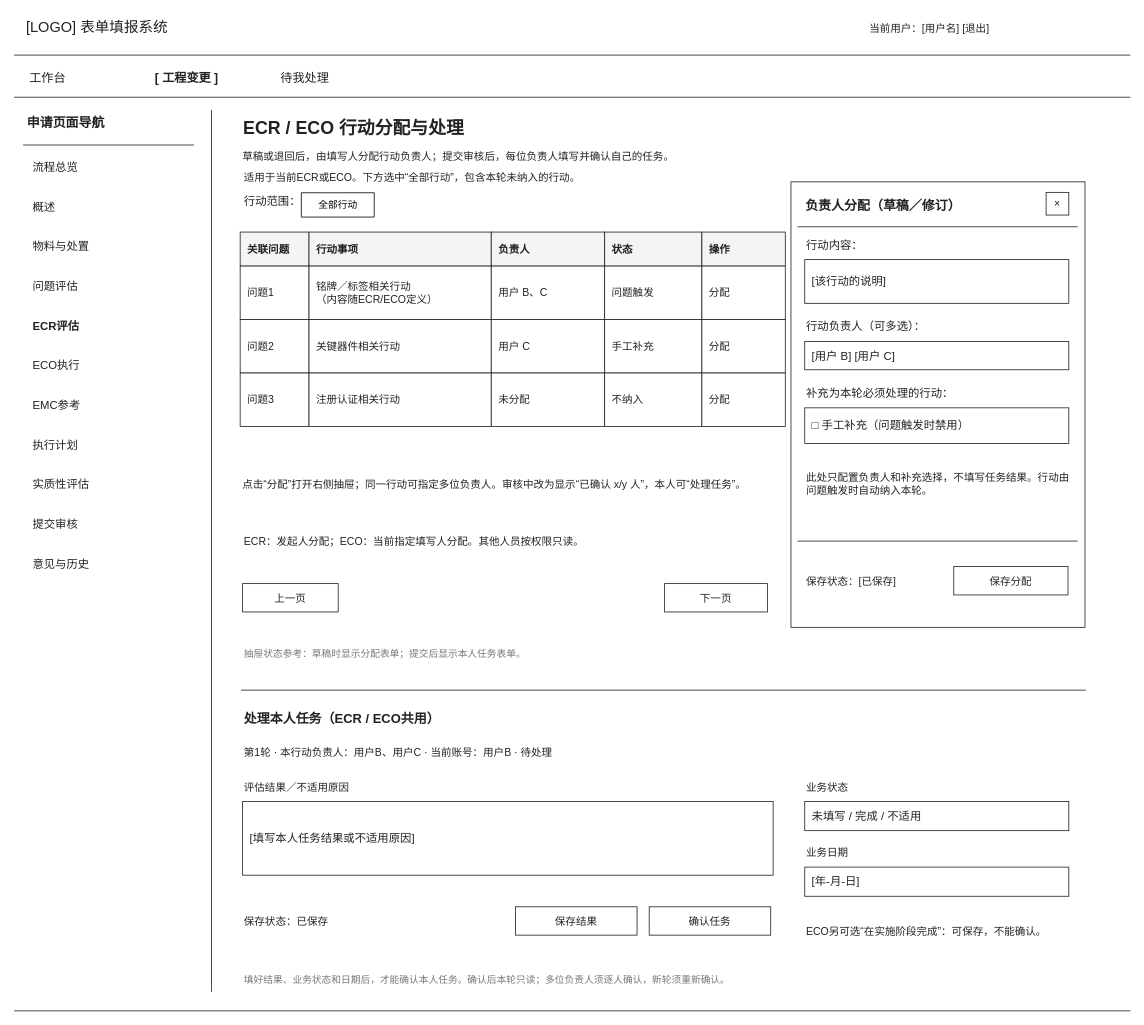
Before: page "09 ECR-ECO行动分配与处理" (9 of 17) of docs/线框图1.4.drawio in jack1415926/form-filling-system, a draw.io diagram. Source tidied: cells renumbered, new cells numbered last; positions are measured from the earlier drawing's top-left corner, leaving out a move shared by most shapes. Both pictures are drawn from the tidied source at 81%, with x=0, y=0 at pixel (14, 14).
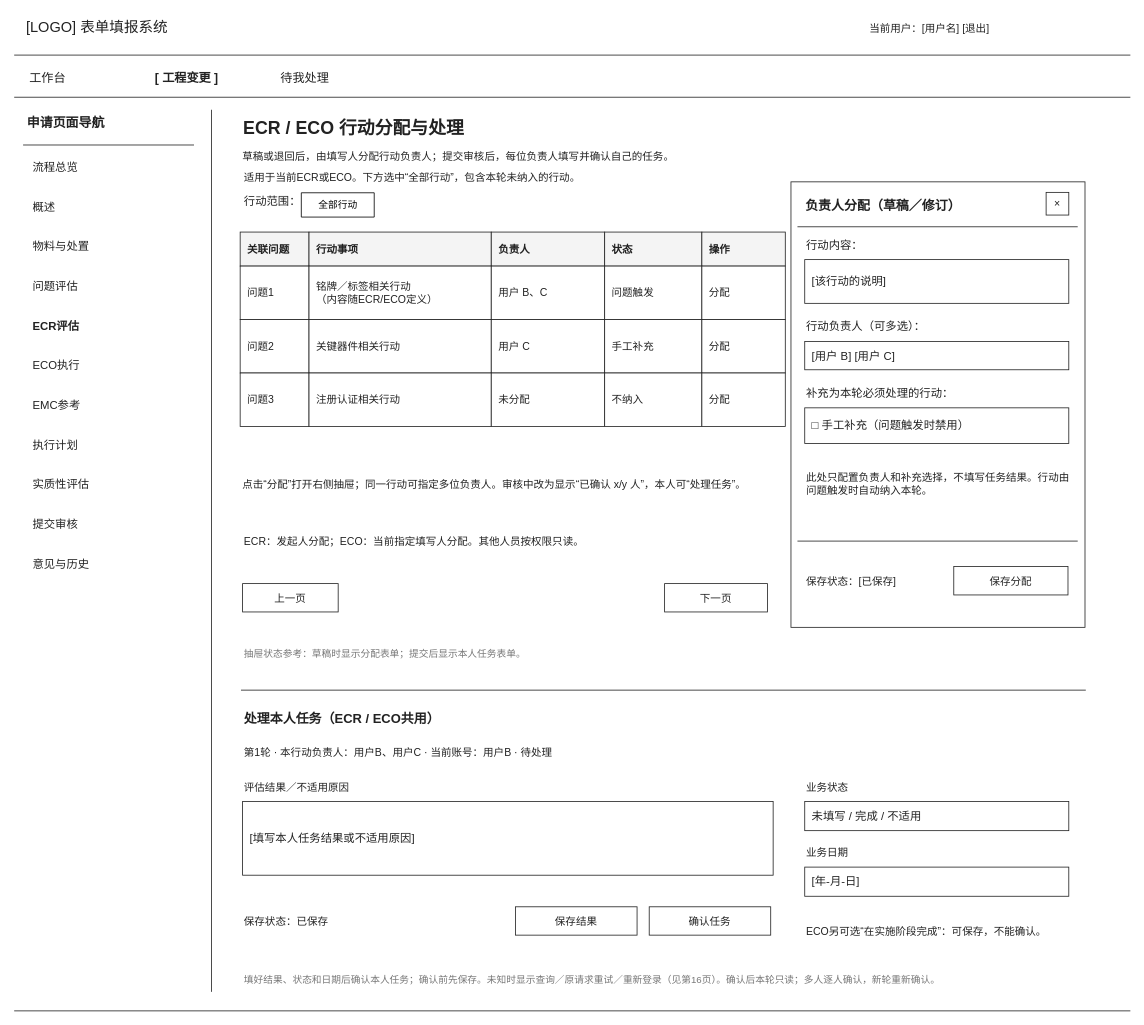
Above is the later version.

What changed in the source:
```diff
@@
-    <mxCell id="80" value="填好结果、业务状态和日期后，才能确认本人任务。确认后本轮只读；多位负责人须逐人确认，新轮须重新确认。" style="text;html=0;whiteSpace=wrap;strokeColor=none;fillColor=none;align=left;verticalAlign=middle;fontSize=12;fontFamily=Microsoft YaHei;fontColor=#777777;spacingLeft=0;spacingRight=0;" parent="1" vertex="1">
+    <mxCell id="80" value="填好结果、状态和日期后确认本人任务；确认前先保存。未知时显示查询／原请求重试／重新登录（见第16页）。确认后本轮只读；多人逐人确认，新轮重新确认。" style="text;html=0;whiteSpace=wrap;strokeColor=none;fillColor=none;align=left;verticalAlign=middle;fontSize=12;fontFamily=Microsoft YaHei;fontColor=#777777;spacingLeft=0;spacingRight=0;" parent="1" vertex="1">
       <mxGeometry x="282" y="1172" width="1040" height="42" as="geometry" />
     </mxCell>
```
